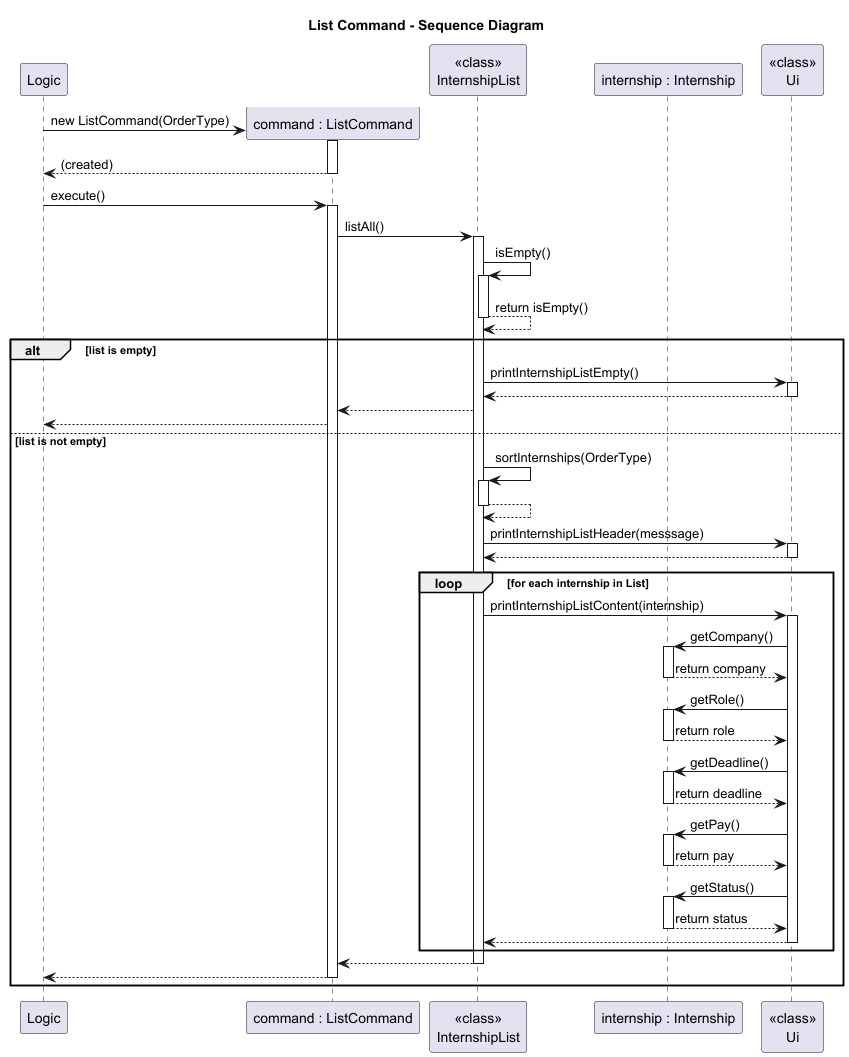
This is docs/diagrams/ListCommandSD.png from AY2526S1-CS2113-W14-4/tp, a PlantUML export, as it was before one commit.
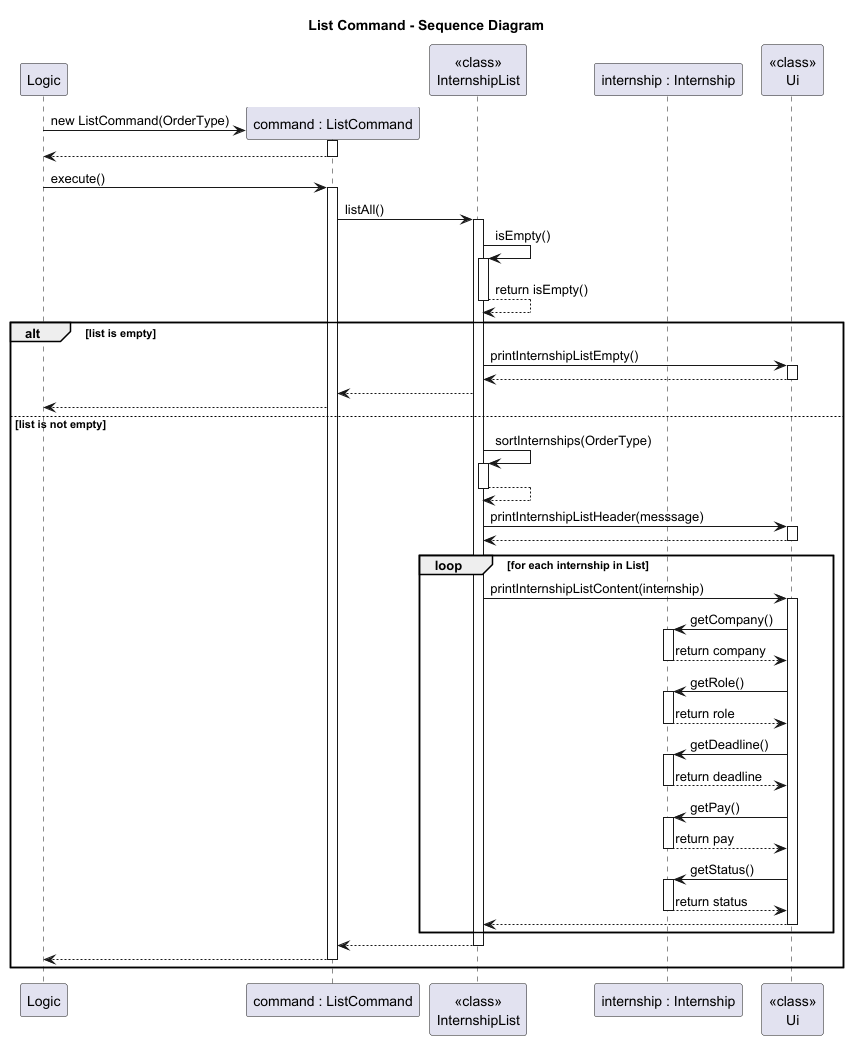
After the change.

Change to the diagram source:
```diff
@@ -13,7 +13,7 @@
 create Command
 Logic -> Command : new ListCommand(OrderType)
 activate Command
-Command --> Logic : (created)
+Command --> Logic
 deactivate Command
 
 Logic -> Command : execute()
```
